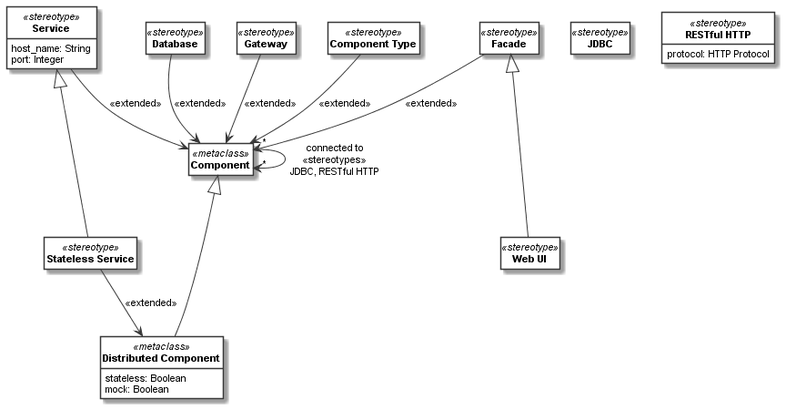
Above: docsrc/source/images/component_meta_model2.png in uzdun/CodeableModels (PlantUML), before the change.
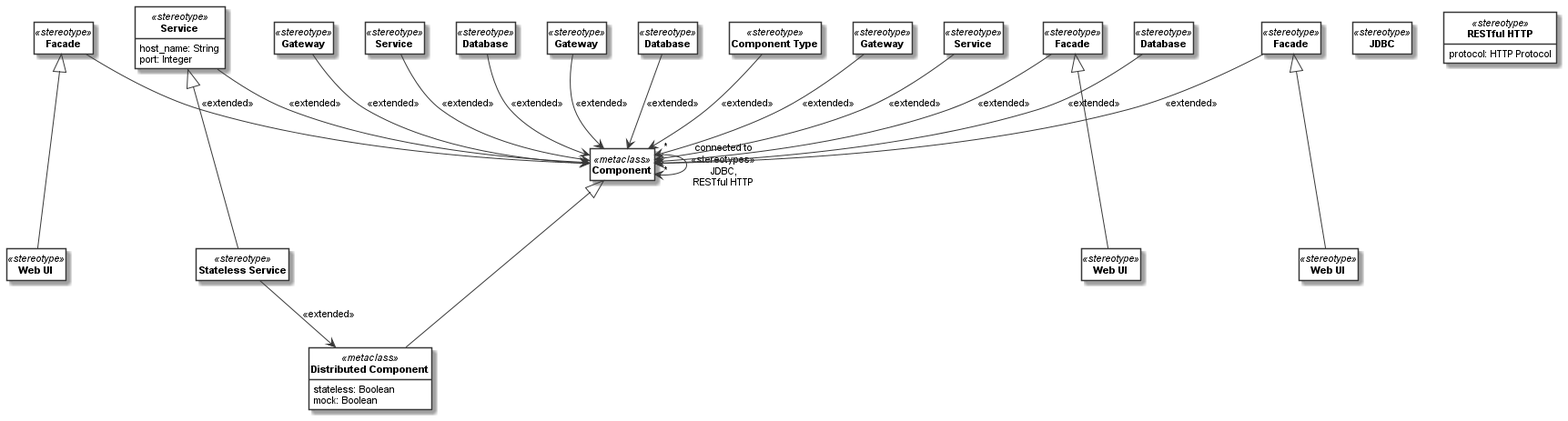
After the change.

Diff of the diagram source:
```diff
@@ -18,23 +18,43 @@
 }
 
 class "<b>Component Type</b>" as __5_Component_Type <<stereotype>>
-class "<b>Database</b>" as __6_Database <<stereotype>>
-class "<b>Facade</b>" as __7_Facade <<stereotype>>
-class "<b>Web UI</b>" as __8_Web_UI <<stereotype>>
-class "<b>Gateway</b>" as __9_Gateway <<stereotype>>
-class "<b>JDBC</b>" as __10_JDBC <<stereotype>>
-class "<b>RESTful HTTP</b>" as __11_RESTful_HTTP <<stereotype>> {
+class "<b>Service</b>" as __6_Service <<stereotype>>
+class "<b>Database</b>" as __7_Database <<stereotype>>
+class "<b>Facade</b>" as __8_Facade <<stereotype>>
+class "<b>Web UI</b>" as __9_Web_UI <<stereotype>>
+class "<b>Gateway</b>" as __10_Gateway <<stereotype>>
+class "<b>Service</b>" as __11_Service <<stereotype>>
+class "<b>Database</b>" as __12_Database <<stereotype>>
+class "<b>Facade</b>" as __13_Facade <<stereotype>>
+class "<b>Web UI</b>" as __14_Web_UI <<stereotype>>
+class "<b>Gateway</b>" as __15_Gateway <<stereotype>>
+class "<b>Database</b>" as __16_Database <<stereotype>>
+class "<b>Facade</b>" as __17_Facade <<stereotype>>
+class "<b>Web UI</b>" as __18_Web_UI <<stereotype>>
+class "<b>Gateway</b>" as __19_Gateway <<stereotype>>
+class "<b>JDBC</b>" as __20_JDBC <<stereotype>>
+class "<b>RESTful HTTP</b>" as __21_RESTful_HTTP <<stereotype>> {
 protocol: HTTP Protocol
 }
 
 __1_Component <|--- __2_Distributed_Component
 __4_Service <|--- __3_Stateless_Service
-__7_Facade <|--- __8_Web_UI
-__1_Component " * "  -->  " * " __1_Component: "connected to\n<<stereotypes>>\nJDBC, RESTful HTTP"
+__8_Facade <|--- __9_Web_UI
+__13_Facade <|--- __14_Web_UI
+__17_Facade <|--- __18_Web_UI
+__1_Component " * "  -->  " * " __1_Component: "connected to\n<<stereotypes>>\nJDBC,\nRESTful HTTP"
 __3_Stateless_Service --> __2_Distributed_Component: "<<extended>>"
 __4_Service --> __1_Component: "<<extended>>"
 __5_Component_Type --> __1_Component: "<<extended>>"
-__6_Database --> __1_Component: "<<extended>>"
-__7_Facade --> __1_Component: "<<extended>>"
-__9_Gateway --> __1_Component: "<<extended>>"
+__6_Service --> __1_Component: "<<extended>>"
+__7_Database --> __1_Component: "<<extended>>"
+__8_Facade --> __1_Component: "<<extended>>"
+__10_Gateway --> __1_Component: "<<extended>>"
+__11_Service --> __1_Component: "<<extended>>"
+__12_Database --> __1_Component: "<<extended>>"
+__13_Facade --> __1_Component: "<<extended>>"
+__15_Gateway --> __1_Component: "<<extended>>"
+__16_Database --> __1_Component: "<<extended>>"
+__17_Facade --> __1_Component: "<<extended>>"
+__19_Gateway --> __1_Component: "<<extended>>"
 @enduml
```
